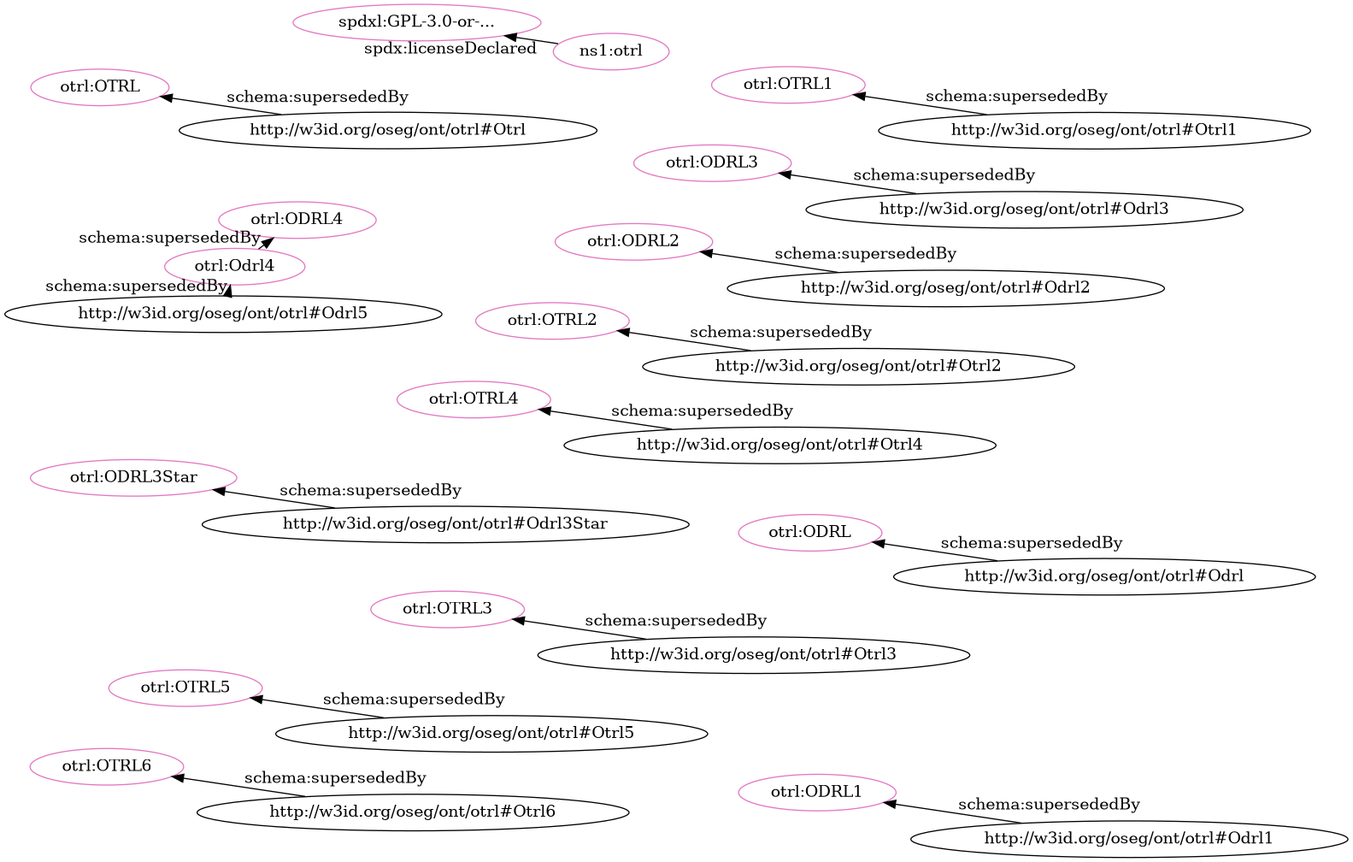
iop-alliance/OpenKnowHow keeps this Graphviz diagram as src/spec/fdp_otrl_deprecated-clean.png. Above is the earlier version. Its source is kept beside it as src/spec/fdp_otrl_deprecated-clean.dot. Source of this version:
```dot
digraph G {
  rankdir=BT
  node[height=.3]
"http://w3id.org/oseg/ont/otrl#OTRL4" [fillcolor="#e377c2" color="#e377c2" label="otrl:OTRL4"]
"http://w3id.org/oseg/ont/otrl#Odrl4" [fillcolor="#e377c2" color="#e377c2" label="otrl:Odrl4"]
"http://w3id.org/oseg/ont/otrl#OTRL2" [fillcolor="#e377c2" color="#e377c2" label="otrl:OTRL2"]
"http://w3id.org/oseg/ont/otrl#ODRL3Star" [fillcolor="#e377c2" color="#e377c2" label="otrl:ODRL3Star"]
"http://w3id.org/oseg/ont/otrl#OTRL" [fillcolor="#e377c2" color="#e377c2" label="otrl:OTRL"]
"http://w3id.org/oseg/ont/otrl#OTRL3" [fillcolor="#e377c2" color="#e377c2" label="otrl:OTRL3"]
"http://w3id.org/oseg/ont/otrl#ODRL4" [fillcolor="#e377c2" color="#e377c2" label="otrl:ODRL4"]
"http://w3id.org/oseg/ont/otrl#ODRL" [fillcolor="#e377c2" color="#e377c2" label="otrl:ODRL"]
"http://spdx.org/licenses/GPL-3.0-or-later" [fillcolor="#e377c2" color="#e377c2" label="spdxl:GPL-3.0-or-..."]
"http://w3id.org/oseg/ont/otrl#ODRL2" [fillcolor="#e377c2" color="#e377c2" label="otrl:ODRL2"]
"http://w3id.org/oseg/ont/otrl#ODRL3" [fillcolor="#e377c2" color="#e377c2" label="otrl:ODRL3"]
"http://w3id.org/oseg/ont/otrl#OTRL5" [fillcolor="#e377c2" color="#e377c2" label="otrl:OTRL5"]
"http://w3id.org/oseg/ont/otrl#OTRL1" [fillcolor="#e377c2" color="#e377c2" label="otrl:OTRL1"]
"http://w3id.org/oseg/ont/otrl" [fillcolor="#e377c2" color="#e377c2" label="ns1:otrl"]
"http://w3id.org/oseg/ont/otrl#OTRL6" [fillcolor="#e377c2" color="#e377c2" label="otrl:OTRL6"]
"http://w3id.org/oseg/ont/otrl#ODRL1" [fillcolor="#e377c2" color="#e377c2" label="otrl:ODRL1"]
  "http://w3id.org/oseg/ont/otrl#Otrl4" -> "http://w3id.org/oseg/ont/otrl#OTRL4" [label="schema:supersededBy"]
  "http://w3id.org/oseg/ont/otrl#Odrl5" -> "http://w3id.org/oseg/ont/otrl#Odrl4" [label="schema:supersededBy"]
  "http://w3id.org/oseg/ont/otrl#Odrl3Star" -> "http://w3id.org/oseg/ont/otrl#ODRL3Star" [label="schema:supersededBy"]
  "http://w3id.org/oseg/ont/otrl#Otrl" -> "http://w3id.org/oseg/ont/otrl#OTRL" [label="schema:supersededBy"]
  "http://w3id.org/oseg/ont/otrl#Otrl3" -> "http://w3id.org/oseg/ont/otrl#OTRL3" [label="schema:supersededBy"]
  "http://w3id.org/oseg/ont/otrl#Odrl4" -> "http://w3id.org/oseg/ont/otrl#ODRL4" [label="schema:supersededBy"]
  "http://w3id.org/oseg/ont/otrl#Odrl" -> "http://w3id.org/oseg/ont/otrl#ODRL" [label="schema:supersededBy"]
  "http://w3id.org/oseg/ont/otrl" -> "http://spdx.org/licenses/GPL-3.0-or-later" [label="spdx:licenseDeclared"]
  "http://w3id.org/oseg/ont/otrl#Odrl2" -> "http://w3id.org/oseg/ont/otrl#ODRL2" [label="schema:supersededBy"]
  "http://w3id.org/oseg/ont/otrl#Odrl3" -> "http://w3id.org/oseg/ont/otrl#ODRL3" [label="schema:supersededBy"]
  "http://w3id.org/oseg/ont/otrl#Otrl5" -> "http://w3id.org/oseg/ont/otrl#OTRL5" [label="schema:supersededBy"]
  "http://w3id.org/oseg/ont/otrl#Otrl1" -> "http://w3id.org/oseg/ont/otrl#OTRL1" [label="schema:supersededBy"]
  "http://w3id.org/oseg/ont/otrl#Otrl6" -> "http://w3id.org/oseg/ont/otrl#OTRL6" [label="schema:supersededBy"]
  "http://w3id.org/oseg/ont/otrl#Odrl1" -> "http://w3id.org/oseg/ont/otrl#ODRL1" [label="schema:supersededBy"]
  "http://w3id.org/oseg/ont/otrl#Otrl2" -> "http://w3id.org/oseg/ont/otrl#OTRL2" [label="schema:supersededBy"]
}
```
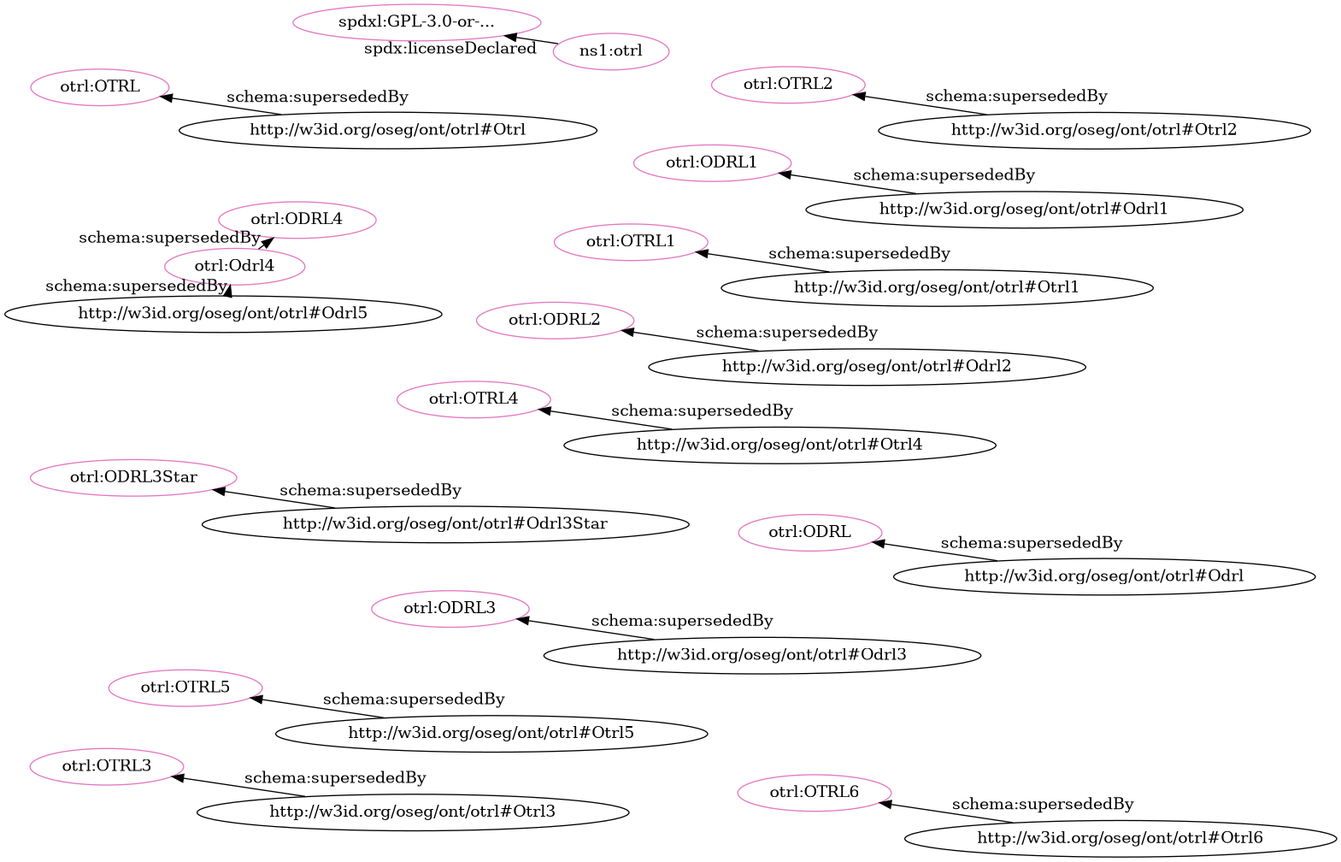
The same diagram one commit later.

What changed in the source:
```diff
@@ -2,34 +2,34 @@
   rankdir=BT
   node[height=.3]
 "http://w3id.org/oseg/ont/otrl#OTRL4" [fillcolor="#e377c2" color="#e377c2" label="otrl:OTRL4"]
+"http://w3id.org/oseg/ont/otrl#ODRL2" [fillcolor="#e377c2" color="#e377c2" label="otrl:ODRL2"]
+"http://spdx.org/licenses/GPL-3.0-or-later" [fillcolor="#e377c2" color="#e377c2" label="spdxl:GPL-3.0-or-..."]
 "http://w3id.org/oseg/ont/otrl#Odrl4" [fillcolor="#e377c2" color="#e377c2" label="otrl:Odrl4"]
+"http://w3id.org/oseg/ont/otrl#ODRL3" [fillcolor="#e377c2" color="#e377c2" label="otrl:ODRL3"]
+"http://w3id.org/oseg/ont/otrl#OTRL1" [fillcolor="#e377c2" color="#e377c2" label="otrl:OTRL1"]
+"http://w3id.org/oseg/ont/otrl#ODRL1" [fillcolor="#e377c2" color="#e377c2" label="otrl:ODRL1"]
+"http://w3id.org/oseg/ont/otrl#OTRL5" [fillcolor="#e377c2" color="#e377c2" label="otrl:OTRL5"]
+"http://w3id.org/oseg/ont/otrl#OTRL" [fillcolor="#e377c2" color="#e377c2" label="otrl:OTRL"]
+"http://w3id.org/oseg/ont/otrl" [fillcolor="#e377c2" color="#e377c2" label="ns1:otrl"]
 "http://w3id.org/oseg/ont/otrl#OTRL2" [fillcolor="#e377c2" color="#e377c2" label="otrl:OTRL2"]
 "http://w3id.org/oseg/ont/otrl#ODRL3Star" [fillcolor="#e377c2" color="#e377c2" label="otrl:ODRL3Star"]
-"http://w3id.org/oseg/ont/otrl#OTRL" [fillcolor="#e377c2" color="#e377c2" label="otrl:OTRL"]
 "http://w3id.org/oseg/ont/otrl#OTRL3" [fillcolor="#e377c2" color="#e377c2" label="otrl:OTRL3"]
+"http://w3id.org/oseg/ont/otrl#OTRL6" [fillcolor="#e377c2" color="#e377c2" label="otrl:OTRL6"]
 "http://w3id.org/oseg/ont/otrl#ODRL4" [fillcolor="#e377c2" color="#e377c2" label="otrl:ODRL4"]
 "http://w3id.org/oseg/ont/otrl#ODRL" [fillcolor="#e377c2" color="#e377c2" label="otrl:ODRL"]
-"http://spdx.org/licenses/GPL-3.0-or-later" [fillcolor="#e377c2" color="#e377c2" label="spdxl:GPL-3.0-or-..."]
-"http://w3id.org/oseg/ont/otrl#ODRL2" [fillcolor="#e377c2" color="#e377c2" label="otrl:ODRL2"]
-"http://w3id.org/oseg/ont/otrl#ODRL3" [fillcolor="#e377c2" color="#e377c2" label="otrl:ODRL3"]
-"http://w3id.org/oseg/ont/otrl#OTRL5" [fillcolor="#e377c2" color="#e377c2" label="otrl:OTRL5"]
-"http://w3id.org/oseg/ont/otrl#OTRL1" [fillcolor="#e377c2" color="#e377c2" label="otrl:OTRL1"]
-"http://w3id.org/oseg/ont/otrl" [fillcolor="#e377c2" color="#e377c2" label="ns1:otrl"]
-"http://w3id.org/oseg/ont/otrl#OTRL6" [fillcolor="#e377c2" color="#e377c2" label="otrl:OTRL6"]
-"http://w3id.org/oseg/ont/otrl#ODRL1" [fillcolor="#e377c2" color="#e377c2" label="otrl:ODRL1"]
   "http://w3id.org/oseg/ont/otrl#Otrl4" -> "http://w3id.org/oseg/ont/otrl#OTRL4" [label="schema:supersededBy"]
+  "http://w3id.org/oseg/ont/otrl#Odrl2" -> "http://w3id.org/oseg/ont/otrl#ODRL2" [label="schema:supersededBy"]
+  "http://w3id.org/oseg/ont/otrl" -> "http://spdx.org/licenses/GPL-3.0-or-later" [label="spdx:licenseDeclared"]
   "http://w3id.org/oseg/ont/otrl#Odrl5" -> "http://w3id.org/oseg/ont/otrl#Odrl4" [label="schema:supersededBy"]
+  "http://w3id.org/oseg/ont/otrl#Odrl3" -> "http://w3id.org/oseg/ont/otrl#ODRL3" [label="schema:supersededBy"]
+  "http://w3id.org/oseg/ont/otrl#Odrl1" -> "http://w3id.org/oseg/ont/otrl#ODRL1" [label="schema:supersededBy"]
+  "http://w3id.org/oseg/ont/otrl#Otrl5" -> "http://w3id.org/oseg/ont/otrl#OTRL5" [label="schema:supersededBy"]
+  "http://w3id.org/oseg/ont/otrl#Otrl" -> "http://w3id.org/oseg/ont/otrl#OTRL" [label="schema:supersededBy"]
+  "http://w3id.org/oseg/ont/otrl#Otrl2" -> "http://w3id.org/oseg/ont/otrl#OTRL2" [label="schema:supersededBy"]
   "http://w3id.org/oseg/ont/otrl#Odrl3Star" -> "http://w3id.org/oseg/ont/otrl#ODRL3Star" [label="schema:supersededBy"]
-  "http://w3id.org/oseg/ont/otrl#Otrl" -> "http://w3id.org/oseg/ont/otrl#OTRL" [label="schema:supersededBy"]
   "http://w3id.org/oseg/ont/otrl#Otrl3" -> "http://w3id.org/oseg/ont/otrl#OTRL3" [label="schema:supersededBy"]
+  "http://w3id.org/oseg/ont/otrl#Otrl6" -> "http://w3id.org/oseg/ont/otrl#OTRL6" [label="schema:supersededBy"]
   "http://w3id.org/oseg/ont/otrl#Odrl4" -> "http://w3id.org/oseg/ont/otrl#ODRL4" [label="schema:supersededBy"]
+  "http://w3id.org/oseg/ont/otrl#Otrl1" -> "http://w3id.org/oseg/ont/otrl#OTRL1" [label="schema:supersededBy"]
   "http://w3id.org/oseg/ont/otrl#Odrl" -> "http://w3id.org/oseg/ont/otrl#ODRL" [label="schema:supersededBy"]
-  "http://w3id.org/oseg/ont/otrl" -> "http://spdx.org/licenses/GPL-3.0-or-later" [label="spdx:licenseDeclared"]
-  "http://w3id.org/oseg/ont/otrl#Odrl2" -> "http://w3id.org/oseg/ont/otrl#ODRL2" [label="schema:supersededBy"]
-  "http://w3id.org/oseg/ont/otrl#Odrl3" -> "http://w3id.org/oseg/ont/otrl#ODRL3" [label="schema:supersededBy"]
-  "http://w3id.org/oseg/ont/otrl#Otrl5" -> "http://w3id.org/oseg/ont/otrl#OTRL5" [label="schema:supersededBy"]
-  "http://w3id.org/oseg/ont/otrl#Otrl1" -> "http://w3id.org/oseg/ont/otrl#OTRL1" [label="schema:supersededBy"]
-  "http://w3id.org/oseg/ont/otrl#Otrl6" -> "http://w3id.org/oseg/ont/otrl#OTRL6" [label="schema:supersededBy"]
-  "http://w3id.org/oseg/ont/otrl#Odrl1" -> "http://w3id.org/oseg/ont/otrl#ODRL1" [label="schema:supersededBy"]
-  "http://w3id.org/oseg/ont/otrl#Otrl2" -> "http://w3id.org/oseg/ont/otrl#OTRL2" [label="schema:supersededBy"]
 }
```
